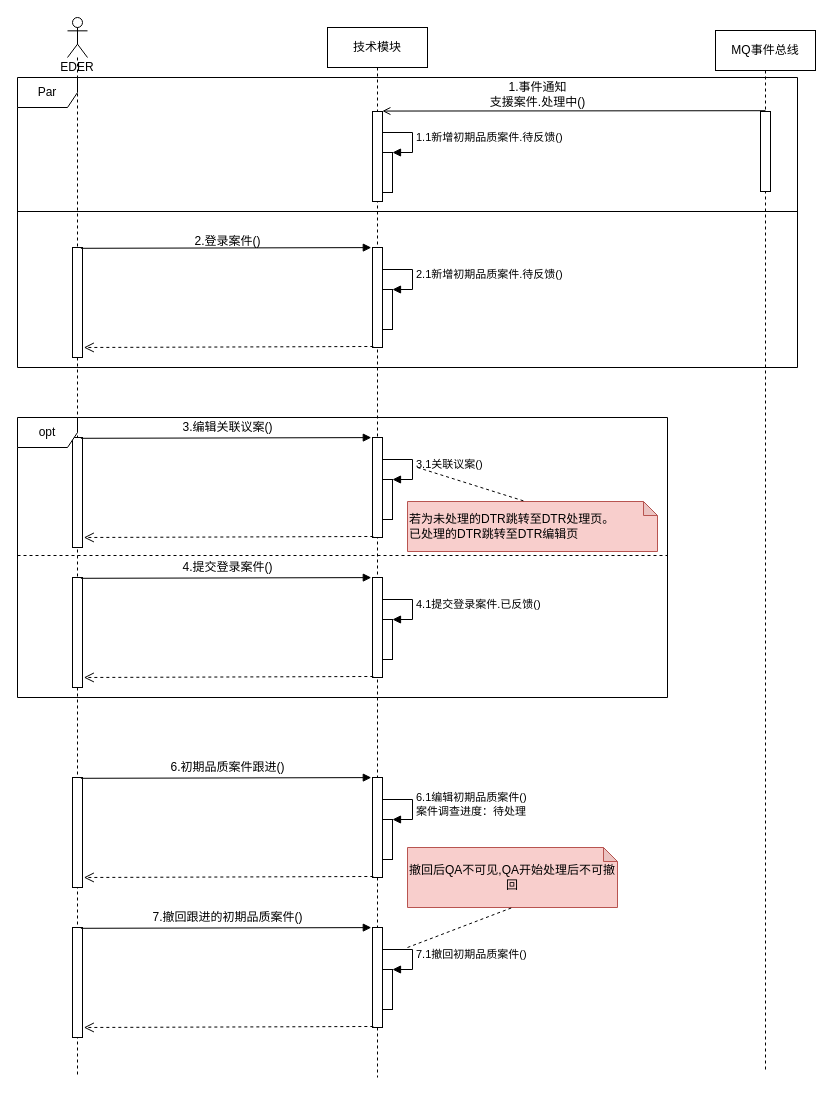
1132489442/designer keeps this draw.io diagram as page "初期品质案件业务流程时序图" (20 of 21) of images/支援案件时序图.drawio. Above is the earlier version. Source tidied: cells renumbered, new cells numbered last; positions are measured from the earlier drawing's top-left corner, leaving out a move shared by most shapes. Both pictures are drawn from the tidied source at 100%, with x=0, y=0 at pixel (17, 17).
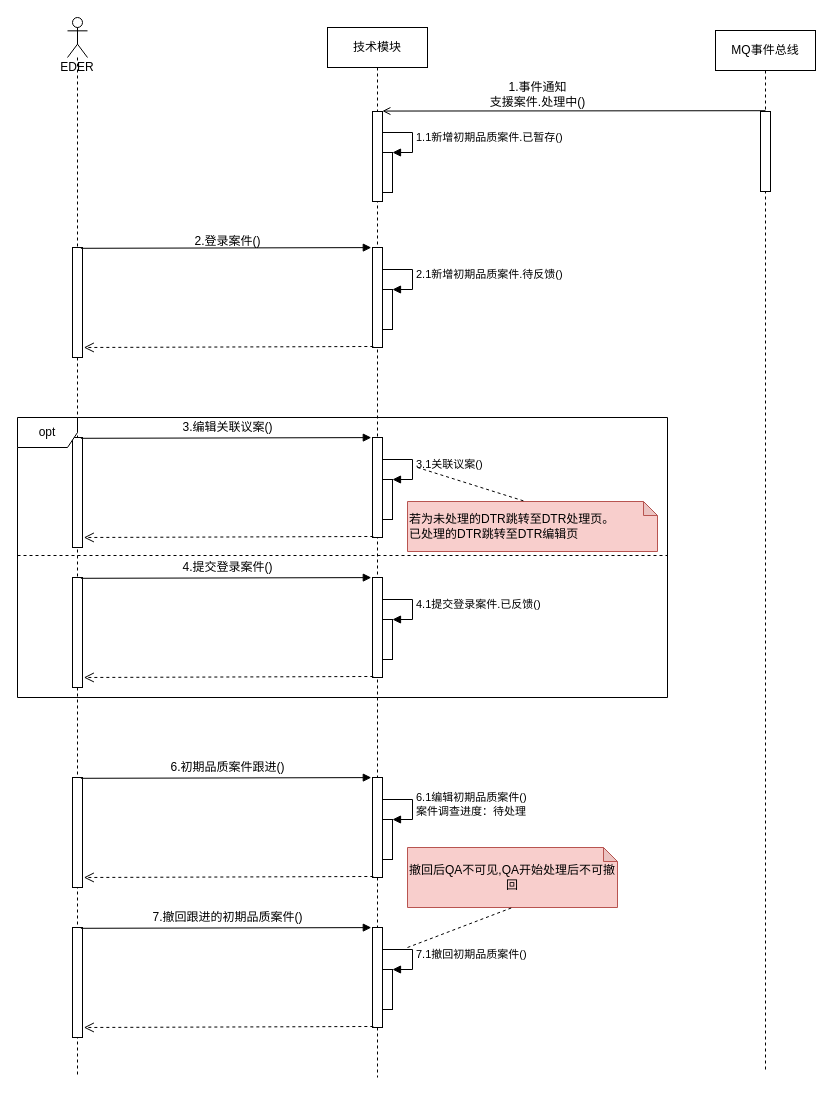
Above is the later version.

Unchanged cells that the change refers to:
```xml
<mxCell id="2" value="技术模块" style="shape=umlLifeline;perimeter=lifelinePerimeter;whiteSpace=wrap;html=1;" parent="1" vertex="1">
  <mxGeometry x="310" y="10" width="100" height="1050" as="geometry" />
</mxCell>
<mxCell id="7" style="html=1;points=[];perimeter=orthogonalPerimeter;" parent="2" vertex="1">
  <mxGeometry x="55" y="125" width="10" height="40" as="geometry" />
</mxCell>
```

The edit, as a diff of the source:
```diff
@@
-    <mxCell id="8" value="1.1新增初期品质案件.待反馈()" style="edgeStyle=orthogonalEdgeStyle;html=1;align=left;spacingLeft=2;endArrow=block;rounded=0;entryX=1;entryY=0;" parent="2" edge="1" target="7">
+    <mxCell id="8" value="1.1新增初期品质案件.已暂存()" style="edgeStyle=orthogonalEdgeStyle;html=1;align=left;spacingLeft=2;endArrow=block;rounded=0;entryX=1;entryY=0;" parent="2" edge="1" target="7">
       <mxGeometry relative="1" as="geometry">
         <mxPoint x="55" y="105" as="sourcePoint" />
         <Array as="points">
           <mxPoint x="85" y="105" />
         </Array>
       </mxGeometry>
     </mxCell>
@@
-    <mxCell id="51" value="Par" style="shape=umlFrame;whiteSpace=wrap;html=1;fillColor=#FFFFFF;" parent="1" vertex="1">
-      <mxGeometry y="60" width="780" height="290" as="geometry" />
-    </mxCell>
-    <mxCell id="52" style="line;strokeWidth=1;fillColor=none;align=left;verticalAlign=middle;spacingTop=-1;spacingLeft=3;spacingRight=3;labelPosition=right;" parent="1" vertex="1">
-      <mxGeometry y="190" width="780" height="8" as="geometry" />
-    </mxCell>
```
